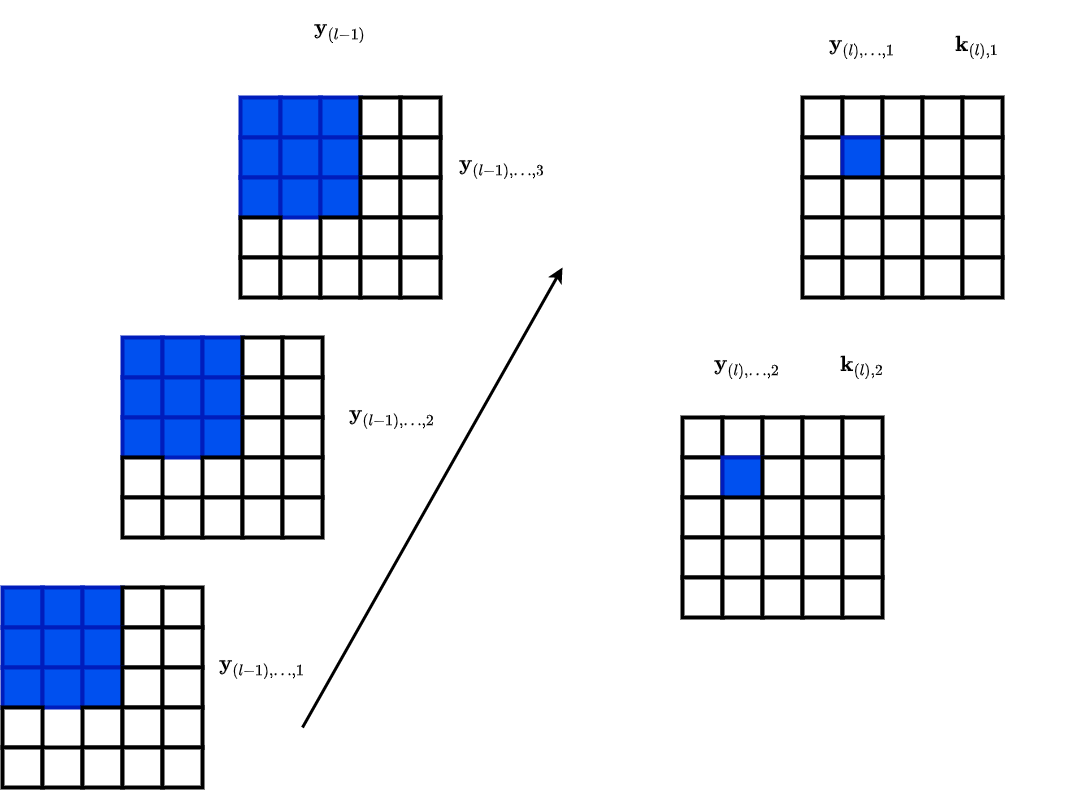
Earlier version of the draw.io export images/Conv3d_2.png (kenperry-public/ML_Spring_2020). Source tidied: cells renumbered, new cells last; positions are measured from the earlier drawing's top-left corner, leaving out a move shared by most shapes.
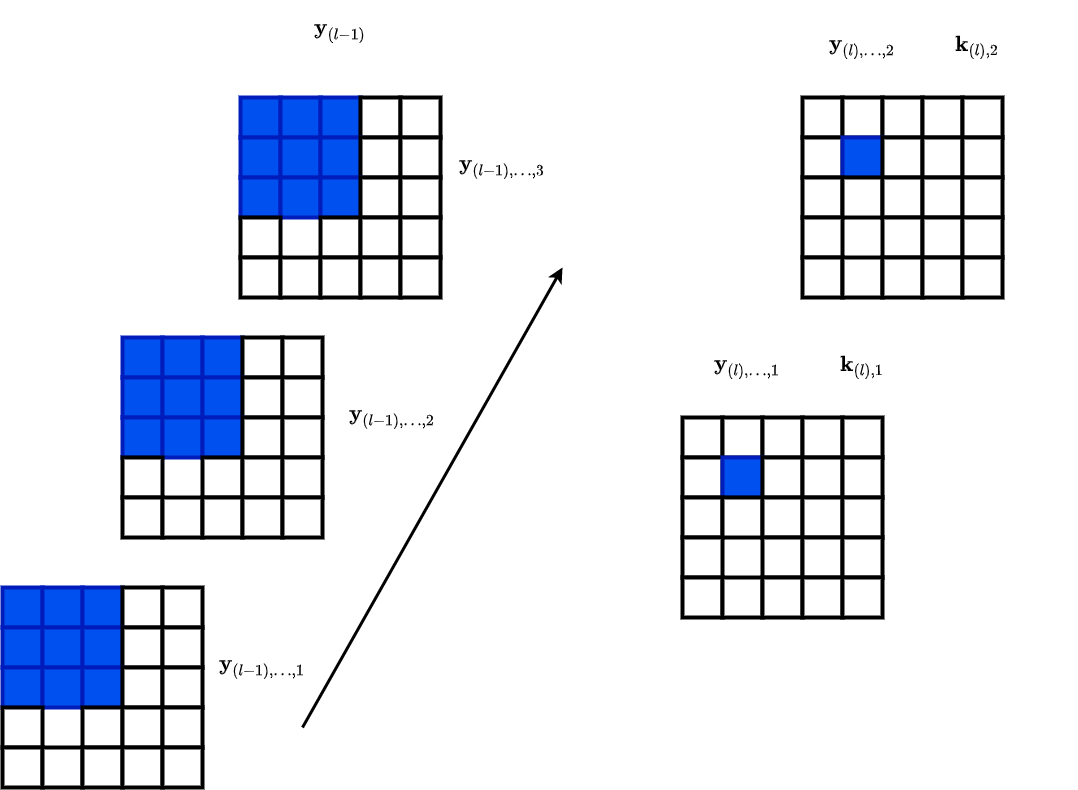
After the commit.

What changed in the source:
```diff
@@ -11,7 +11,7 @@
     <mxCell id="3" value="&lt;font style=&quot;font-size: 18px&quot;&gt;&lt;b&gt;$$\mathbf{y}_{(l-1)}$$&lt;/b&gt;&lt;/font&gt;" style="text;html=1;align=center;verticalAlign=middle;" parent="1" vertex="1">
       <mxGeometry x="238" width="200" height="20" as="geometry" />
     </mxCell>
-    <mxCell id="4" value="&lt;font style=&quot;font-size: 18px&quot;&gt;&lt;b&gt;$$\mathbf{y}_{(l),\ldots, 1}$$&lt;/b&gt;&lt;/font&gt;" style="text;html=1;align=center;verticalAlign=middle;" parent="1" vertex="1">
+    <mxCell id="4" value="&lt;font style=&quot;font-size: 18px&quot;&gt;&lt;b&gt;$$\mathbf{y}_{(l),\ldots, 2}$$&lt;/b&gt;&lt;/font&gt;" style="text;html=1;align=center;verticalAlign=middle;" parent="1" vertex="1">
       <mxGeometry x="730" y="16" width="260" height="20" as="geometry" />
     </mxCell>
     <mxCell id="5" value="&lt;font style=&quot;font-size: 18px&quot;&gt;&lt;b&gt;$$\mathbf{y}_{(l-1), \ldots, 1}$$&lt;/b&gt;&lt;/font&gt;" style="text;html=1;align=center;verticalAlign=middle;" parent="1" vertex="1">
@@ -20,13 +20,13 @@
     <mxCell id="6" value="&lt;font style=&quot;font-size: 18px&quot;&gt;&lt;b&gt;$$\mathbf{y}_{(l-1), \ldots, 3}$$&lt;/b&gt;&lt;/font&gt;" style="text;html=1;align=center;verticalAlign=middle;" parent="1" vertex="1">
       <mxGeometry x="360" y="136" width="280" height="20" as="geometry" />
     </mxCell>
-    <mxCell id="7" value="&lt;font style=&quot;font-size: 18px&quot;&gt;&lt;b&gt;$$\mathbf{y}_{(l),\ldots, 2}$$&lt;/b&gt;&lt;/font&gt;" style="text;html=1;align=center;verticalAlign=middle;" parent="1" vertex="1">
+    <mxCell id="7" value="&lt;font style=&quot;font-size: 18px&quot;&gt;&lt;b&gt;$$\mathbf{y}_{(l),\ldots, 1}$$&lt;/b&gt;&lt;/font&gt;" style="text;html=1;align=center;verticalAlign=middle;" parent="1" vertex="1">
       <mxGeometry x="615" y="336" width="260" height="20" as="geometry" />
     </mxCell>
-    <mxCell id="8" value="&lt;font style=&quot;font-size: 18px&quot;&gt;&lt;b&gt;$$\mathbf{k}_{(l),1}$$&lt;/b&gt;&lt;/font&gt;" style="text;html=1;align=center;verticalAlign=middle;" parent="1" vertex="1">
+    <mxCell id="8" value="&lt;font style=&quot;font-size: 18px&quot;&gt;&lt;b&gt;$$\mathbf{k}_{(l),2}$$&lt;/b&gt;&lt;/font&gt;" style="text;html=1;align=center;verticalAlign=middle;" parent="1" vertex="1">
       <mxGeometry x="875" y="16" width="200" height="20" as="geometry" />
     </mxCell>
-    <mxCell id="9" value="&lt;font style=&quot;font-size: 18px&quot;&gt;&lt;b&gt;$$\mathbf{k}_{(l),2}$$&lt;/b&gt;&lt;/font&gt;" style="text;html=1;align=center;verticalAlign=middle;" parent="1" vertex="1">
+    <mxCell id="9" value="&lt;font style=&quot;font-size: 18px&quot;&gt;&lt;b&gt;$$\mathbf{k}_{(l),1}$$&lt;/b&gt;&lt;/font&gt;" style="text;html=1;align=center;verticalAlign=middle;" parent="1" vertex="1">
       <mxGeometry x="760" y="336" width="200" height="20" as="geometry" />
     </mxCell>
     <mxCell id="10" style="group;" parent="1" vertex="1">
```
